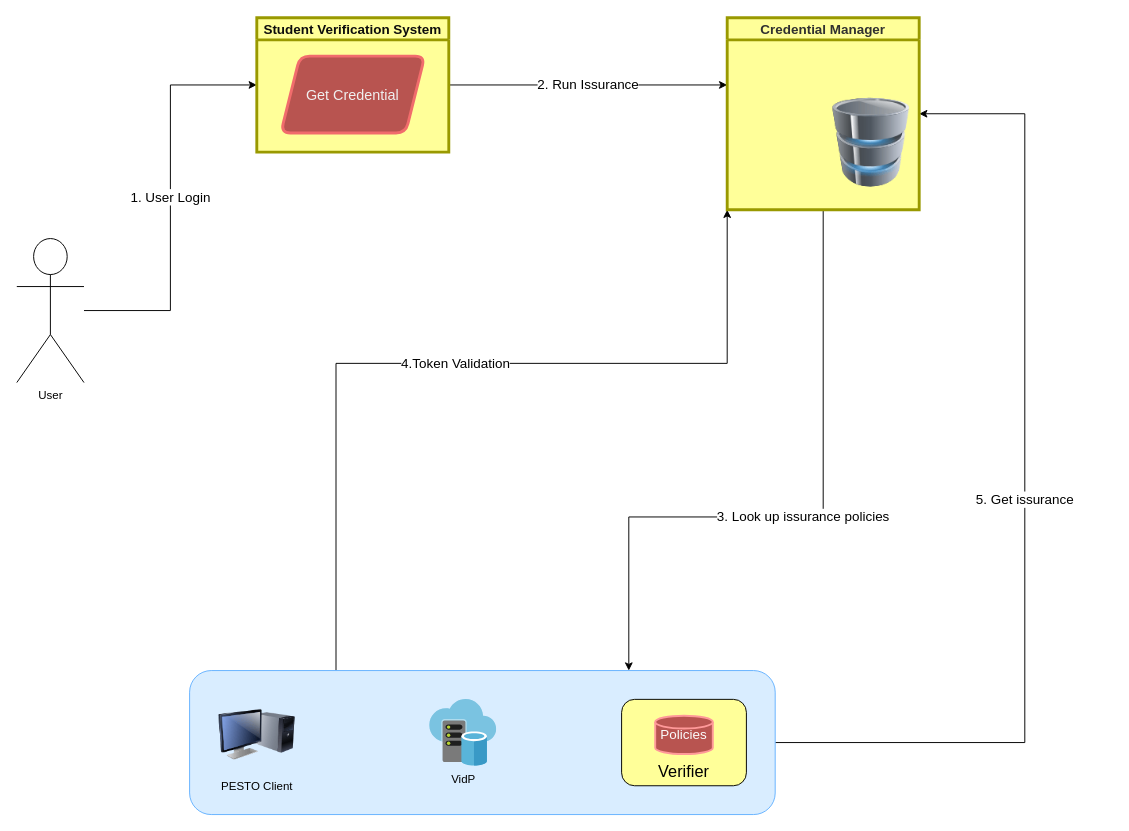
The draw.io diagram diagramma.drawio in NikosSarrisDev/ESP32_TEMPERATURE_HIMIDITY, before the edit. Source tidied: cells renumbered, new cells numbered last; positions are measured from the earlier drawing's top-left corner, leaving out a move shared by most shapes. Both pictures are drawn from the tidied source at 96%, with x=0, y=0 at pixel (16, 17).
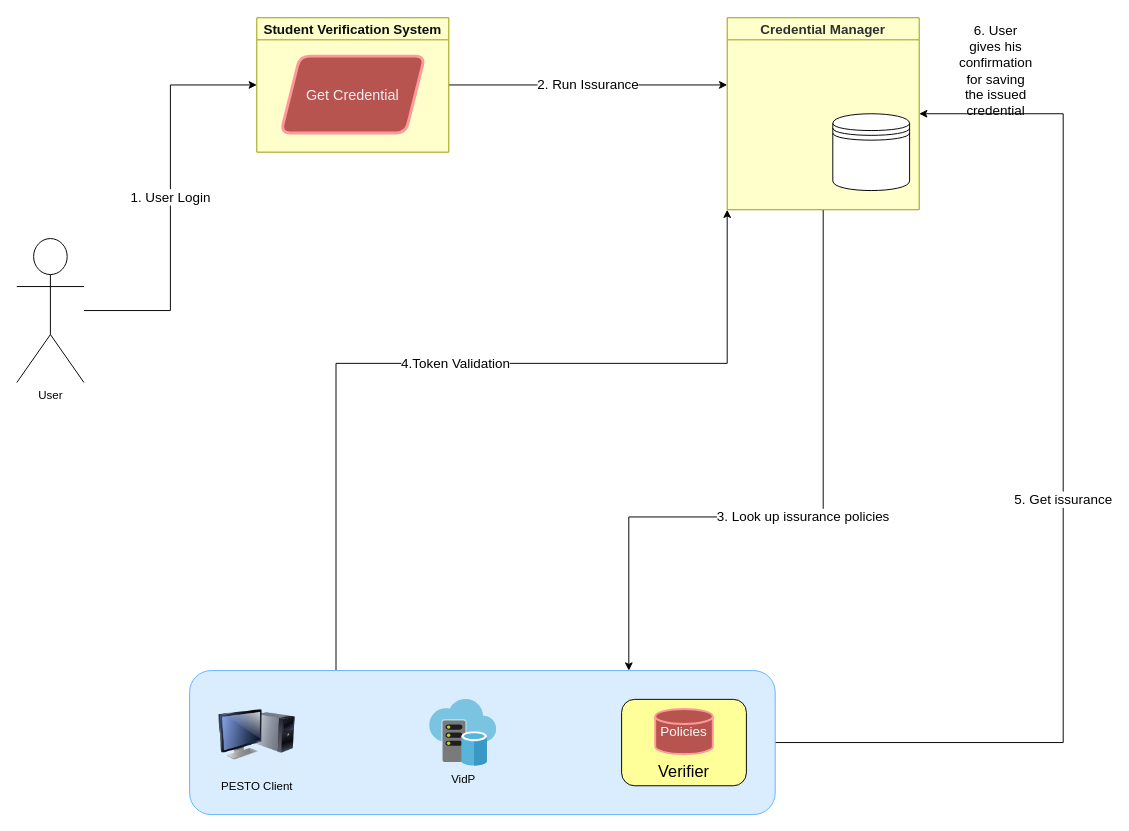
The same diagram, later.

Unchanged cells that the change refers to:
```xml
<mxCell id="9" style="rounded=1;whiteSpace=wrap;html=1;fillColor=#D9EDFF;strokeColor=#66B2FF;" parent="1" vertex="1">
  <mxGeometry x="180" y="680" width="610" height="150" as="geometry" />
</mxCell>
```

The edit, as a diff of the source:
```diff
@@
-    <mxCell id="5" value="Student Verification System" style="swimlane;whiteSpace=wrap;html=1;fillColor=#FFFF99;gradientColor=none;swimlaneFillColor=#FFFF99;fontColor=#0D0D0D;fontSize=14;strokeColor=#999900;strokeWidth=3;" parent="1" vertex="1">
+    <mxCell id="5" value="Student Verification System" style="swimlane;whiteSpace=wrap;html=1;fillColor=#FFFFCC;gradientColor=none;swimlaneFillColor=#FFFFCC;fontColor=#0D0D0D;fontSize=14;strokeColor=#999900;strokeWidth=1;" parent="1" vertex="1">
       <mxGeometry x="250" width="200" height="140" as="geometry" />
     </mxCell>
-    <mxCell id="6" value="Get Credential" style="shape=parallelogram;perimeter=parallelogramPerimeter;fixedSize=1;strokeColor=#F16C6C;spacingBottom=0;labelBackgroundColor=none;labelBorderColor=none;whiteSpace=wrap;html=1;fillColor=#B85450;fontSize=15;strokeWidth=3;fontColor=#F0F0F0;perimeterSpacing=0;rounded=1;" parent="5" vertex="1">
+    <mxCell id="6" value="Get Credential" style="shape=parallelogram;perimeter=parallelogramPerimeter;fixedSize=1;strokeColor=#FF9999;spacingBottom=0;labelBackgroundColor=none;labelBorderColor=none;whiteSpace=wrap;html=1;fillColor=#B85450;fontSize=15;strokeWidth=3;fontColor=#F0F0F0;perimeterSpacing=0;rounded=1;" parent="5" vertex="1">
       <mxGeometry x="25" y="40" width="150" height="80" as="geometry" />
     </mxCell>
@@
     <mxCell id="8" value="5. Get issurance" style="edgeStyle=orthogonalEdgeStyle;rounded=0;jettySize=auto;html=1;exitX=1;exitY=0.5;exitDx=0;exitDy=0;entryX=1;entryY=0.5;entryDx=0;entryDy=0;fontSize=14;" parent="1" edge="1" source="9" target="15">
       <mxGeometry relative="1" as="geometry">
         <Array as="points">
-          <mxPoint x="1050" y="755" />
-          <mxPoint x="1050" y="100" />
+          <mxPoint x="1090" y="755" />
+          <mxPoint x="1090" y="100" />
         </Array>
       </mxGeometry>
     </mxCell>
@@
     <mxCell id="13" value="Policies" style="strokeWidth=2;html=1;shape=mxgraph.flowchart.database;whiteSpace=wrap;labelBackgroundColor=none;fontSize=14;fillColor=#B85450;strokeColor=#FF9999;fontColor=#FCFCFC;" parent="1" vertex="1">
-      <mxGeometry x="665" y="727" width="60" height="40" as="geometry" />
+      <mxGeometry x="665" y="720" width="60" height="47" as="geometry" />
     </mxCell>
@@
-    <mxCell id="15" value="Credential Manager" style="swimlane;whiteSpace=wrap;html=1;startSize=23;swimlaneFillColor=#FFFF99;fillColor=#FFFF99;strokeColor=#999900;fontColor=#303030;fontSize=14;labelBorderColor=none;strokeWidth=3;" parent="1" vertex="1">
+    <mxCell id="15" value="Credential Manager" style="swimlane;whiteSpace=wrap;html=1;startSize=23;swimlaneFillColor=#FFFFCC;fillColor=#FFFFCC;strokeColor=#999900;fontColor=#303030;fontSize=14;labelBorderColor=none;strokeWidth=1;" parent="1" vertex="1">
       <mxGeometry x="740" width="200" height="200" as="geometry" />
     </mxCell>
-    <mxCell id="16" style="image;html=1;image=img/lib/clip_art/computers/Database_128x128.png;" parent="15" vertex="1">
-      <mxGeometry x="110" y="80" width="80" height="100" as="geometry" />
-    </mxCell>
+    <mxCell id="17" style="shape=datastore;whiteSpace=wrap;html=1;fontColor=#000000;" parent="15" vertex="1">
+      <mxGeometry x="110" y="100" width="80" height="80" as="geometry" />
+    </mxCell>
+    <mxCell id="18" value="6. User gives his confirmation for saving the issued credential" style="text;html=1;strokeColor=none;fillColor=none;align=center;verticalAlign=middle;whiteSpace=wrap;rounded=0;fontSize=14;" parent="1" vertex="1">
+      <mxGeometry x="990" y="40" width="60" height="30" as="geometry" />
+    </mxCell>
```
